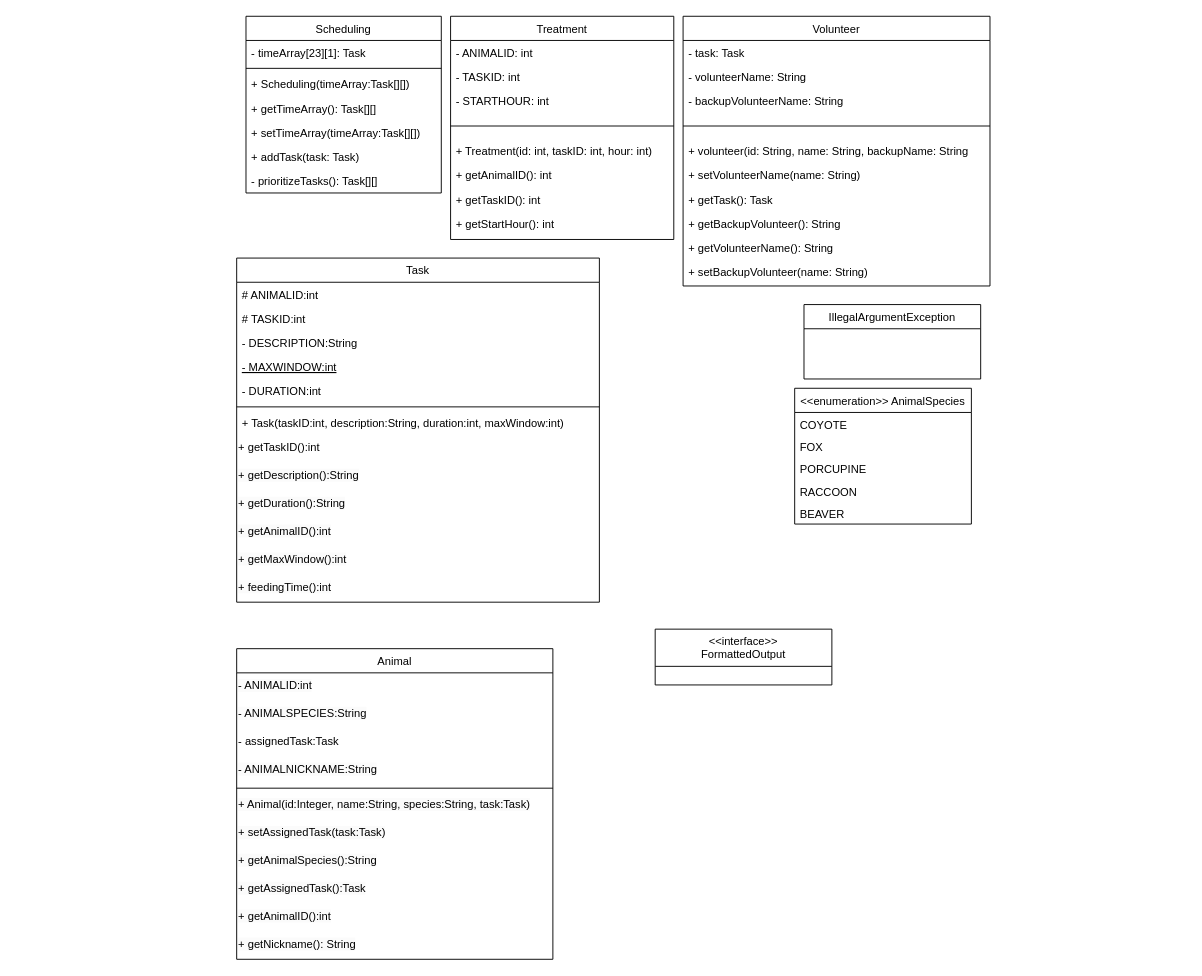
Above: Project-UML.drawio in arminsandhu/ZooKeeper-Scheduler (draw.io), before the change. Source tidied: cells renumbered, new cells numbered last; positions are measured from the earlier drawing's top-left corner, leaving out a move shared by most shapes. Both pictures are drawn from the tidied source at 93%, with x=0, y=0 at pixel (236, 16).
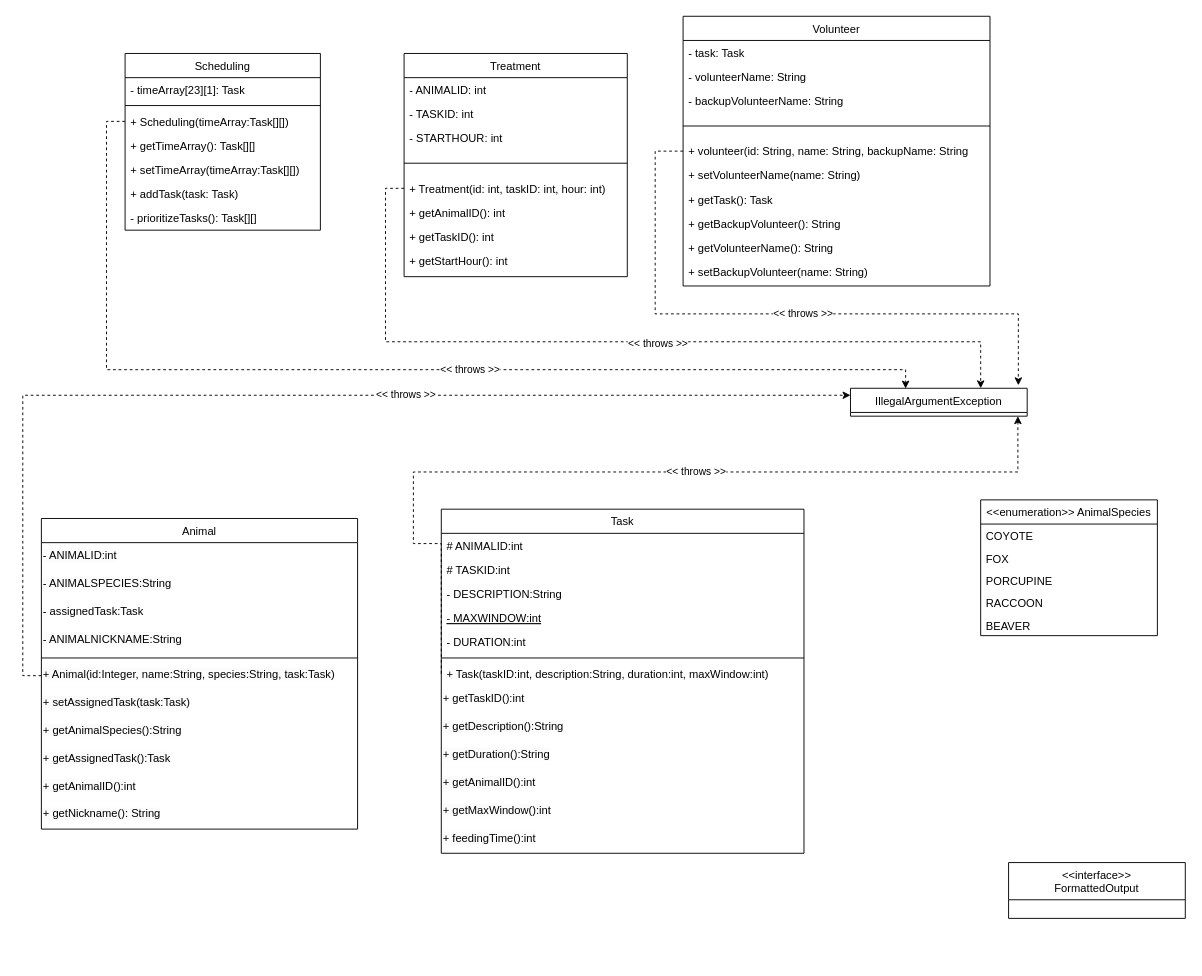
The same page after the edit.

Commit message:
illegalArgumentException Relationships

Unchanged cells that the change refers to:
```xml
<mxCell id="5" value="+ Scheduling(timeArray:Task[][])" style="text;align=left;verticalAlign=top;spacingLeft=4;spacingRight=4;overflow=hidden;points=[[0,0.5],[1,0.5]];portConstraint=eastwest;" parent="2" vertex="1">
  <mxGeometry y="60" width="210" height="26" as="geometry" />
</mxCell>
<mxCell id="15" value="+ volunteer(id: String, name: String, backupName: String" style="text;align=left;verticalAlign=top;spacingLeft=4;spacingRight=4;overflow=hidden;points=[[0,0.5],[1,0.5]];portConstraint=eastwest;" parent="10" vertex="1">
  <mxGeometry y="132" width="330" height="26" as="geometry" />
</mxCell>
<mxCell id="26" value="+ Treatment(id: int, taskID: int, hour: int)" style="text;align=left;verticalAlign=top;spacingLeft=4;spacingRight=4;overflow=hidden;points=[[0,0.5],[1,0.5]];portConstraint=eastwest;" parent="21" vertex="1">
  <mxGeometry y="132" width="240" height="26" as="geometry" />
</mxCell>
<mxCell id="44" value="+ Task(taskID:int, description:String, duration:int, maxWindow:int)" style="text;align=left;verticalAlign=top;spacingLeft=4;spacingRight=4;overflow=hidden;points=[[0,0.5],[1,0.5]];portConstraint=eastwest;" parent="37" vertex="1">
  <mxGeometry y="164" width="390" height="26" as="geometry" />
</mxCell>
<mxCell id="57" value="&lt;span style=&quot;color: rgb(0, 0, 0); font-family: Helvetica; font-size: 12px; font-style: normal; font-variant-ligatures: normal; font-variant-caps: normal; font-weight: 400; letter-spacing: normal; orphans: 2; text-align: left; text-indent: 0px; text-transform: none; widows: 2; word-spacing: 0px; -webkit-text-stroke-width: 0px; background-color: rgb(251, 251, 251); text-decoration-thickness: initial; text-decoration-style: initial; text-decoration-color: initial; float: none; display: inline !important;&quot;&gt;+ Animal(id:Integer, name:String, species:String, task:Task)&lt;/span&gt;&lt;br style=&quot;border-color: var(--border-color); color: rgb(0, 0, 0); font-family: Helvetica; font-size: 12px; font-style: normal; font-variant-ligatures: normal; font-variant-caps: normal; font-weight: 400; letter-spacing: normal; orphans: 2; text-align: left; text-indent: 0px; text-transform: none; widows: 2; word-spacing: 0px; -webkit-text-stroke-width: 0px; background-color: rgb(251, 251, 251); text-decoration-thickness: initial; text-decoration-style: initial; text-decoration-color: initial;&quot;&gt;" style="text;whiteSpace=wrap;html=1;" parent="51" vertex="1">
  <mxGeometry y="154" width="340" height="30" as="geometry" />
</mxCell>
```

Diff of the diagram source:
```diff
@@
     <mxCell id="2" value="Scheduling" style="swimlane;fontStyle=0;align=center;verticalAlign=top;horizontal=1;startSize=26;rounded=0;shadow=0;strokeWidth=1;" parent="1" vertex="1">
-      <mxGeometry x="10" width="210" height="190" as="geometry" />
+      <mxGeometry x="-120" y="40" width="210" height="190" as="geometry" />
     </mxCell>
@@
     <mxCell id="21" value="Treatment" style="swimlane;fontStyle=0;align=center;verticalAlign=top;horizontal=1;startSize=26;rounded=0;shadow=0;strokeWidth=1;" parent="1" vertex="1">
-      <mxGeometry x="230" width="240" height="240" as="geometry" />
+      <mxGeometry x="180" y="40" width="240" height="240" as="geometry" />
     </mxCell>
@@
     <mxCell id="30" value="IllegalArgumentException" style="swimlane;fontStyle=0;align=center;verticalAlign=top;horizontal=1;startSize=26;rounded=0;shadow=0;strokeWidth=1;" parent="1" vertex="1">
-      <mxGeometry x="610" y="310" width="190" height="80" as="geometry" />
+      <mxGeometry x="660" y="400" width="190" height="30" as="geometry" />
     </mxCell>
     <mxCell id="31" value="&lt;&lt;enumeration&gt;&gt; AnimalSpecies" style="swimlane;fontStyle=0;align=center;verticalAlign=top;horizontal=1;startSize=26;rounded=0;shadow=0;strokeWidth=1;" parent="1" vertex="1">
-      <mxGeometry x="600" y="400" width="190" height="146" as="geometry" />
+      <mxGeometry x="800" y="520" width="190" height="146" as="geometry" />
     </mxCell>
@@
     <mxCell id="37" value="Task" style="swimlane;fontStyle=0;align=center;verticalAlign=top;horizontal=1;startSize=26;rounded=0;shadow=0;strokeWidth=1;" parent="1" vertex="1">
-      <mxGeometry y="260" width="390" height="370" as="geometry" />
+      <mxGeometry x="220" y="530" width="390" height="370" as="geometry" />
     </mxCell>
@@
     <mxCell id="51" value="Animal" style="swimlane;fontStyle=0;align=center;verticalAlign=top;horizontal=1;startSize=26;rounded=0;shadow=0;strokeWidth=1;" parent="1" vertex="1">
-      <mxGeometry y="680" width="340" height="334" as="geometry" />
+      <mxGeometry x="-210" y="540" width="340" height="334" as="geometry" />
     </mxCell>
@@
     <mxCell id="63" value="&lt;&lt;interface&gt;&gt;&#10;FormattedOutput&#10;" style="swimlane;fontStyle=0;align=center;verticalAlign=top;horizontal=1;startSize=40;rounded=0;shadow=0;strokeWidth=1;" parent="1" vertex="1">
-      <mxGeometry x="450" y="659" width="190" height="60" as="geometry" />
+      <mxGeometry x="830" y="910" width="190" height="60" as="geometry" />
     </mxCell>
+    <mxCell id="64" style="edgeStyle=orthogonalEdgeStyle;rounded=0;jettySize=auto;html=1;exitX=0;exitY=0.5;exitDx=0;exitDy=0;entryX=0.95;entryY=-0.108;entryDx=0;entryDy=0;entryPerimeter=0;dashed=1;" parent="1" edge="1" source="15" target="30">
+      <mxGeometry relative="1" as="geometry">
+        <Array as="points">
+          <mxPoint x="450" y="145" />
+          <mxPoint x="450" y="320" />
+          <mxPoint x="841" y="320" />
+        </Array>
+      </mxGeometry>
+    </mxCell>
+    <mxCell id="65" value="&amp;lt;&amp;lt; throws &amp;gt;&amp;gt;" style="edgeLabel;html=1;align=center;verticalAlign=middle;" parent="64" vertex="1">
+      <mxGeometry x="0.08" y="1" relative="1" as="geometry" />
+    </mxCell>
+    <mxCell id="66" style="edgeStyle=orthogonalEdgeStyle;rounded=0;jettySize=auto;html=1;exitX=0;exitY=0.5;exitDx=0;exitDy=0;dashed=1;" parent="1" edge="1" source="44">
+      <mxGeometry relative="1" as="geometry">
+        <mxPoint x="840" y="430" as="targetPoint" />
+        <Array as="points">
+          <mxPoint x="220" y="567" />
+          <mxPoint x="190" y="567" />
+          <mxPoint x="190" y="490" />
+          <mxPoint x="840" y="490" />
+          <mxPoint x="840" y="430" />
+        </Array>
+      </mxGeometry>
+    </mxCell>
+    <mxCell id="67" value="&amp;lt;&amp;lt; throws &amp;gt;&amp;gt;" style="edgeLabel;html=1;align=center;verticalAlign=middle;" parent="66" vertex="1">
+      <mxGeometry x="0.15" y="1" relative="1" as="geometry" />
+    </mxCell>
+    <mxCell id="68" style="edgeStyle=orthogonalEdgeStyle;rounded=0;jettySize=auto;html=1;exitX=0;exitY=0.5;exitDx=0;exitDy=0;dashed=1;" parent="1" edge="1" source="26">
+      <mxGeometry relative="1" as="geometry">
+        <mxPoint x="800" y="400" as="targetPoint" />
+        <Array as="points">
+          <mxPoint x="160" y="185" />
+          <mxPoint x="160" y="350" />
+          <mxPoint x="800" y="350" />
+          <mxPoint x="800" y="397" />
+        </Array>
+      </mxGeometry>
+    </mxCell>
+    <mxCell id="69" value="&amp;lt;&amp;lt; throws &amp;gt;&amp;gt;" style="edgeLabel;html=1;align=center;verticalAlign=middle;" parent="68" vertex="1">
+      <mxGeometry x="0.09" y="-1" relative="1" as="geometry" />
+    </mxCell>
+    <mxCell id="70" style="edgeStyle=orthogonalEdgeStyle;rounded=0;jettySize=auto;html=1;exitX=0;exitY=0.5;exitDx=0;exitDy=0;entryX=0.312;entryY=0.01;entryDx=0;entryDy=0;entryPerimeter=0;dashed=1;" parent="1" edge="1" source="5" target="30">
+      <mxGeometry relative="1" as="geometry">
+        <Array as="points">
+          <mxPoint x="-140" y="113" />
+          <mxPoint x="-140" y="380" />
+          <mxPoint x="719" y="380" />
+        </Array>
+      </mxGeometry>
+    </mxCell>
+    <mxCell id="71" value="&amp;lt;&amp;lt; throws &amp;gt;&amp;gt;" style="edgeLabel;html=1;align=center;verticalAlign=middle;" parent="70" vertex="1">
+      <mxGeometry x="0.16" y="1" relative="1" as="geometry" />
+    </mxCell>
+    <mxCell id="72" style="edgeStyle=orthogonalEdgeStyle;rounded=0;jettySize=auto;html=1;exitX=0;exitY=0.5;exitDx=0;exitDy=0;entryX=0;entryY=0.25;entryDx=0;entryDy=0;shadow=0;dashed=1;" parent="1" edge="1" source="57" target="30">
+      <mxGeometry relative="1" as="geometry" />
+    </mxCell>
+    <mxCell id="73" value="&amp;lt;&amp;lt; throws &amp;gt;&amp;gt;" style="edgeLabel;html=1;align=center;verticalAlign=middle;" parent="72" vertex="1">
+      <mxGeometry x="0.21" y="1" relative="1" as="geometry" />
+    </mxCell>
```
